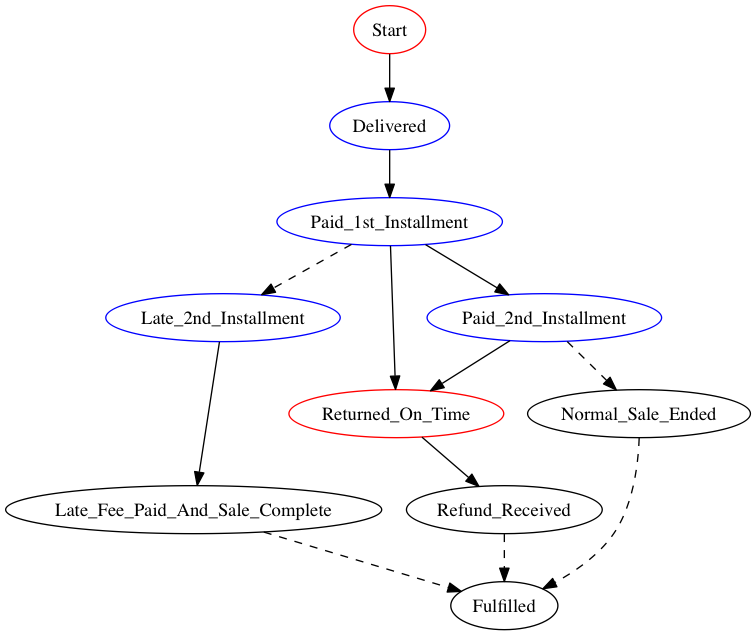
Marcao02/complaw-deeptech keeps this Graphviz diagram as linear_state_machine_language/out/hvitved_printer.png. Above is the earlier version. Its source is kept beside it as linear_state_machine_language/out/hvitved_printer.dot. Its diagram source:
```dot

digraph Two_part_sale_Hvitved_Laser_Printer {
	Start[label=Start,color=Red];
	Delivered[label=Delivered,color=Blue];
	Paid_1st_Installment[label=Paid_1st_Installment,color=Blue];
	Late_2nd_Installment[label=Late_2nd_Installment,color=Blue];
	Paid_2nd_Installment[label=Paid_2nd_Installment,color=Blue];
	Returned_On_Time[label=Returned_On_Time,color=Red];
	Late_Fee_Paid_And_Sale_Complete[label=Late_Fee_Paid_And_Sale_Complete];
	Normal_Sale_Ended[label=Normal_Sale_Ended];
	Refund_Received[label=Refund_Received];
	Start -> Delivered;
	Delivered -> Paid_1st_Installment;
	Paid_1st_Installment -> Paid_2nd_Installment;
	Paid_1st_Installment -> Returned_On_Time;
	Paid_1st_Installment -> Late_2nd_Installment [style=dashed];
	Late_2nd_Installment -> Late_Fee_Paid_And_Sale_Complete;
	Paid_2nd_Installment -> Returned_On_Time;
	Paid_2nd_Installment -> Normal_Sale_Ended [style=dashed];
	Returned_On_Time -> Refund_Received;
	Late_Fee_Paid_And_Sale_Complete -> Fulfilled [style=dashed];
	Normal_Sale_Ended -> Fulfilled [style=dashed];
	Refund_Received -> Fulfilled [style=dashed];
}
```
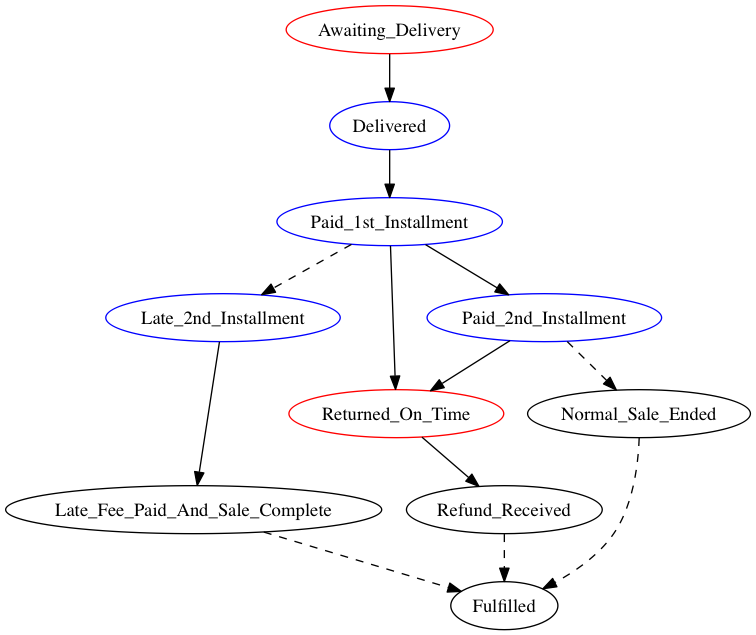
Later version of the same file.

Diff of the diagram source:
```diff
@@ -1,6 +1,6 @@
 
 digraph Two_part_sale_Hvitved_Laser_Printer {
-	Start[label=Start,color=Red];
+	Awaiting_Delivery[label=Awaiting_Delivery,color=Red];
 	Delivered[label=Delivered,color=Blue];
 	Paid_1st_Installment[label=Paid_1st_Installment,color=Blue];
 	Late_2nd_Installment[label=Late_2nd_Installment,color=Blue];
@@ -9,7 +9,7 @@
 	Late_Fee_Paid_And_Sale_Complete[label=Late_Fee_Paid_And_Sale_Complete];
 	Normal_Sale_Ended[label=Normal_Sale_Ended];
 	Refund_Received[label=Refund_Received];
-	Start -> Delivered;
+	Awaiting_Delivery -> Delivered;
 	Delivered -> Paid_1st_Installment;
 	Paid_1st_Installment -> Paid_2nd_Installment;
 	Paid_1st_Installment -> Returned_On_Time;
```
